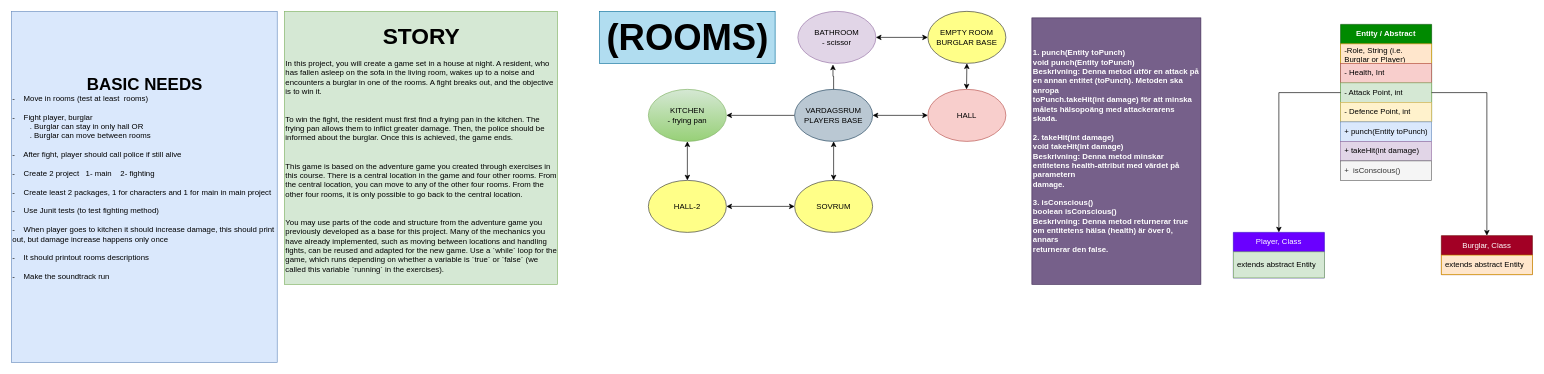
metetrkn/intruderAlert keeps this draw.io diagram as src/main/java/se/meteturkan/plan/plan.drawio. Above is the earlier version. Source tidied: cells renumbered, new cells numbered last; positions are measured from the earlier drawing's top-left corner, leaving out a move shared by most shapes. Both pictures are drawn from the tidied source at 65%, with x=0, y=0 at pixel (11, 11).
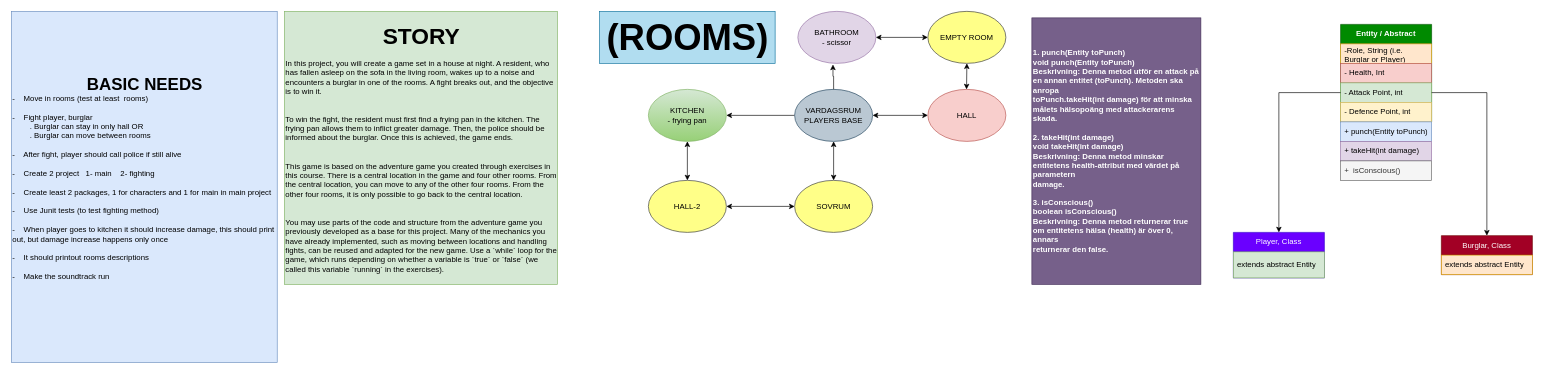
The same diagram, later.

The edit, as a diff of the source:
```diff
@@
-    <mxCell id="13" value="EMPTY ROOM&lt;div&gt;BURGLAR BASE&lt;/div&gt;" style="ellipse;whiteSpace=wrap;html=1;fillColor=#ffff88;strokeColor=#36393d;" parent="1" vertex="1">
+    <mxCell id="13" value="EMPTY ROOM" style="ellipse;whiteSpace=wrap;html=1;fillColor=#ffff88;strokeColor=#36393d;" parent="1" vertex="1">
       <mxGeometry x="1410" width="120" height="80" as="geometry" />
     </mxCell>
```
